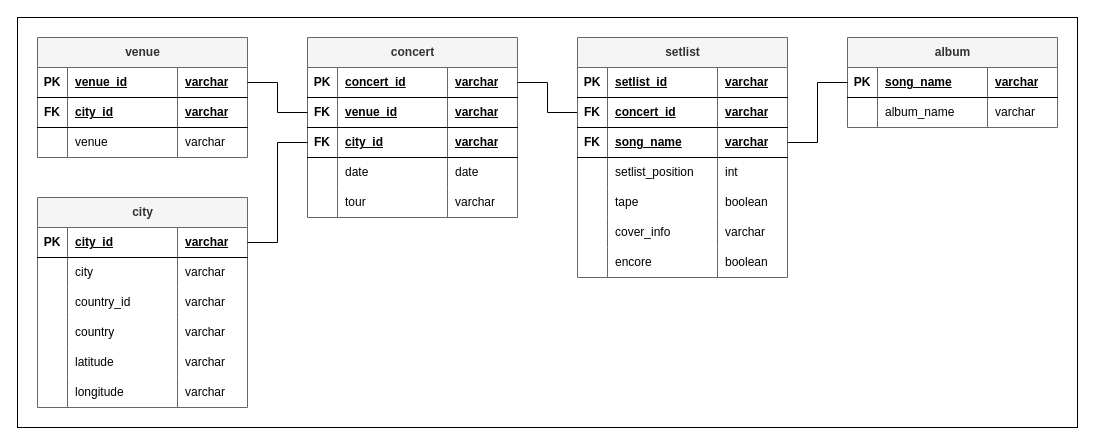
thomasjenny/im-concert-tracker keeps this draw.io diagram as ER_diagram/im_concert_tracker_er_diagram.drawio. Above is the earlier version. Source tidied: cells renumbered, new cells numbered last; positions are measured from the earlier drawing's top-left corner, leaving out a move shared by most shapes. Both pictures are drawn from the tidied source at 100%, with x=0, y=0 at pixel (17, 17).
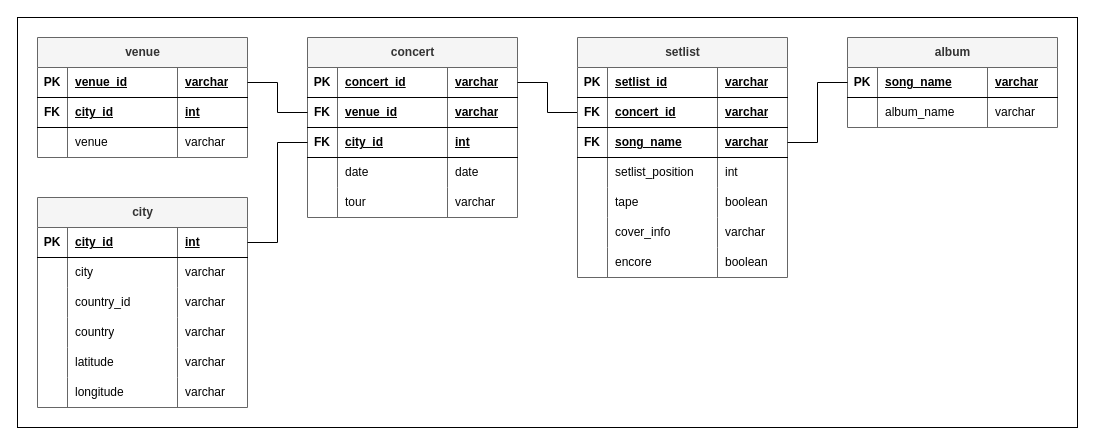
Above is the later version.

The change refers to these unchanged cells:
```xml
<mxCell id="12" style="shape=tableRow;horizontal=0;startSize=0;swimlaneHead=0;swimlaneBody=0;fillColor=none;points=[[0,0.5],[1,0.5]];portConstraint=eastwest;top=0;left=0;right=0;bottom=1;" parent="3" vertex="1">
  <mxGeometry y="90" width="210" height="30" as="geometry" />
</mxCell>
<mxCell id="29" style="shape=tableRow;horizontal=0;startSize=0;swimlaneHead=0;swimlaneBody=0;fillColor=none;top=0;left=0;right=0;bottom=1;" parent="24" vertex="1">
  <mxGeometry y="60" width="210" height="30" as="geometry" />
</mxCell>
<mxCell id="39" style="shape=tableRow;horizontal=0;startSize=0;swimlaneHead=0;swimlaneBody=0;fillColor=none;points=[[0,0.5],[1,0.5]];portConstraint=eastwest;top=0;left=0;right=0;bottom=1;" parent="38" vertex="1">
  <mxGeometry y="30" width="210" height="30" as="geometry" />
</mxCell>
```

What changed in the source:
```diff
@@
-    <mxCell id="15" value="varchar" style="shape=partialRectangle;fillColor=none;top=0;left=0;bottom=0;right=0;align=left;spacingLeft=6;fontStyle=5;overflow=hidden;whiteSpace=wrap;html=1;" parent="12" vertex="1">
+    <mxCell id="15" value="int" style="shape=partialRectangle;fillColor=none;top=0;left=0;bottom=0;right=0;align=left;spacingLeft=6;fontStyle=5;overflow=hidden;whiteSpace=wrap;html=1;" parent="12" vertex="1">
       <mxGeometry x="140" width="70" height="30" as="geometry" />
     </mxCell>
@@
-    <mxCell id="32" value="varchar" style="shape=partialRectangle;fillColor=none;top=0;left=0;bottom=0;right=0;align=left;spacingLeft=6;fontStyle=5;overflow=hidden;whiteSpace=wrap;html=1;" parent="29" vertex="1">
+    <mxCell id="32" value="int" style="shape=partialRectangle;fillColor=none;top=0;left=0;bottom=0;right=0;align=left;spacingLeft=6;fontStyle=5;overflow=hidden;whiteSpace=wrap;html=1;" parent="29" vertex="1">
       <mxGeometry x="140" width="70" height="30" as="geometry" />
     </mxCell>
@@
-    <mxCell id="42" value="varchar" style="shape=partialRectangle;fillColor=none;top=0;left=0;bottom=0;right=0;align=left;spacingLeft=6;fontStyle=5;overflow=hidden;whiteSpace=wrap;html=1;" parent="39" vertex="1">
+    <mxCell id="42" value="int" style="shape=partialRectangle;fillColor=none;top=0;left=0;bottom=0;right=0;align=left;spacingLeft=6;fontStyle=5;overflow=hidden;whiteSpace=wrap;html=1;" parent="39" vertex="1">
       <mxGeometry x="140" width="70" height="30" as="geometry" />
     </mxCell>
```
